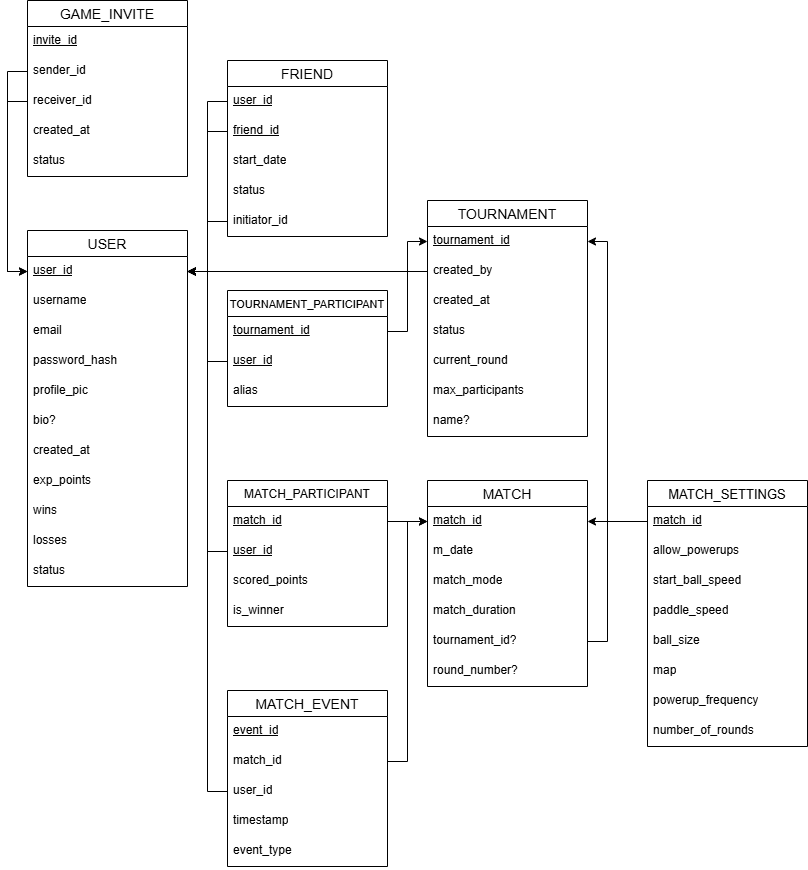
Before: docs/architecture/DB_schema.png, a diagram exported from draw.io (miguelsrmv/42Porto-Transcendence). Source tidied: cells renumbered, new cells last; positions are measured from the earlier drawing's top-left corner, leaving out a move shared by most shapes.
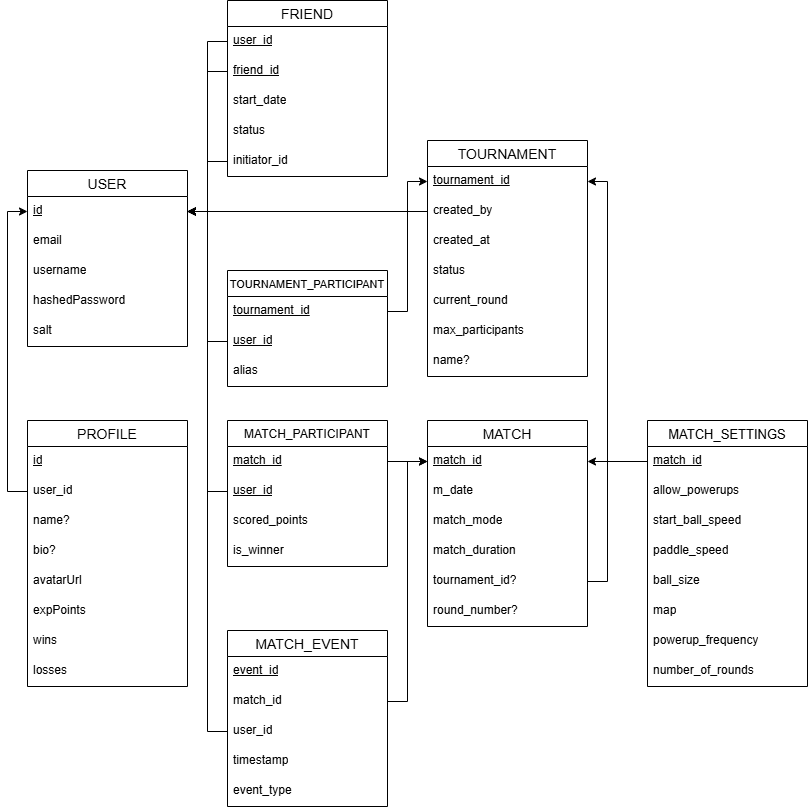
The same diagram one commit later.

Commit message:
Update: create Profile entity

Diff of the diagram source:
```diff
@@ -3,41 +3,23 @@
     <mxCell id="0" />
     <mxCell id="1" parent="0" />
     <mxCell id="2" value="USER" style="swimlane;fontStyle=0;horizontal=1;startSize=26;align=center;fontSize=14;" parent="1" vertex="1">
-      <mxGeometry y="230" width="160" height="356" as="geometry" />
+      <mxGeometry y="230" width="160" height="176" as="geometry" />
     </mxCell>
-    <mxCell id="3" value="&lt;u&gt;user_id&lt;/u&gt;" style="text;strokeColor=none;fillColor=none;spacingLeft=4;spacingRight=4;overflow=hidden;points=[[0,0.5],[1,0.5]];portConstraint=eastwest;fontSize=12;whiteSpace=wrap;html=1;" parent="2" vertex="1">
+    <mxCell id="3" value="&lt;u&gt;id&lt;/u&gt;" style="text;strokeColor=none;fillColor=none;spacingLeft=4;spacingRight=4;overflow=hidden;points=[[0,0.5],[1,0.5]];portConstraint=eastwest;fontSize=12;whiteSpace=wrap;html=1;" parent="2" vertex="1">
       <mxGeometry y="26" width="160" height="30" as="geometry" />
     </mxCell>
+    <mxCell id="5" value="email" style="text;strokeColor=none;fillColor=none;spacingLeft=4;spacingRight=4;overflow=hidden;fontSize=12;whiteSpace=wrap;html=1;" parent="2" vertex="1">
+      <mxGeometry y="56" width="160" height="30" as="geometry" />
+    </mxCell>
     <mxCell id="4" value="username" style="text;strokeColor=none;fillColor=none;spacingLeft=4;spacingRight=4;overflow=hidden;fontSize=12;whiteSpace=wrap;html=1;" parent="2" vertex="1">
-      <mxGeometry y="56" width="160" height="30" as="geometry" />
+      <mxGeometry y="86" width="160" height="30" as="geometry" />
     </mxCell>
-    <mxCell id="5" value="email" style="text;strokeColor=none;fillColor=none;spacingLeft=4;spacingRight=4;overflow=hidden;fontSize=12;whiteSpace=wrap;html=1;" parent="2" vertex="1">
-      <mxGeometry y="86" width="160" height="30" as="geometry" />
-    </mxCell>
-    <mxCell id="6" value="password_hash" style="text;strokeColor=none;fillColor=none;spacingLeft=4;spacingRight=4;overflow=hidden;fontSize=12;whiteSpace=wrap;html=1;" parent="2" vertex="1">
+    <mxCell id="6" value="hashedPassword" style="text;strokeColor=none;fillColor=none;spacingLeft=4;spacingRight=4;overflow=hidden;fontSize=12;whiteSpace=wrap;html=1;" parent="2" vertex="1">
       <mxGeometry y="116" width="160" height="30" as="geometry" />
     </mxCell>
-    <mxCell id="7" value="profile_pic" style="text;strokeColor=none;fillColor=none;spacingLeft=4;spacingRight=4;overflow=hidden;fontSize=12;whiteSpace=wrap;html=1;" parent="2" vertex="1">
-      <mxGeometry y="146" width="160" height="30" as="geometry" />
-    </mxCell>
-    <mxCell id="8" value="bio?" style="text;strokeColor=none;fillColor=none;spacingLeft=4;spacingRight=4;overflow=hidden;fontSize=12;whiteSpace=wrap;html=1;" parent="2" vertex="1">
-      <mxGeometry y="176" width="160" height="30" as="geometry" />
-    </mxCell>
-    <mxCell id="9" value="created_at" style="text;strokeColor=none;fillColor=none;spacingLeft=4;spacingRight=4;overflow=hidden;fontSize=12;whiteSpace=wrap;html=1;" parent="2" vertex="1">
-      <mxGeometry y="206" width="160" height="30" as="geometry" />
+    <mxCell id="9" value="salt" style="text;strokeColor=none;fillColor=none;spacingLeft=4;spacingRight=4;overflow=hidden;fontSize=12;whiteSpace=wrap;html=1;" parent="2" vertex="1">
+      <mxGeometry y="146" width="160" height="30" as="geometry" />
     </mxCell>
-    <mxCell id="10" value="exp_points" style="text;strokeColor=none;fillColor=none;spacingLeft=4;spacingRight=4;overflow=hidden;fontSize=12;whiteSpace=wrap;html=1;" parent="2" vertex="1">
-      <mxGeometry y="236" width="160" height="30" as="geometry" />
-    </mxCell>
-    <mxCell id="11" value="wins" style="text;strokeColor=none;fillColor=none;spacingLeft=4;spacingRight=4;overflow=hidden;fontSize=12;whiteSpace=wrap;html=1;" parent="2" vertex="1">
-      <mxGeometry y="266" width="160" height="30" as="geometry" />
-    </mxCell>
-    <mxCell id="12" value="losses" style="text;strokeColor=none;fillColor=none;spacingLeft=4;spacingRight=4;overflow=hidden;fontSize=12;whiteSpace=wrap;html=1;" parent="2" vertex="1">
-      <mxGeometry y="296" width="160" height="30" as="geometry" />
-    </mxCell>
-    <mxCell id="13" value="status" style="text;strokeColor=none;fillColor=none;spacingLeft=4;spacingRight=4;overflow=hidden;fontSize=12;whiteSpace=wrap;html=1;" parent="2" vertex="1">
-      <mxGeometry y="326" width="160" height="30" as="geometry" />
-    </mxCell>
     <mxCell id="14" value="TOURNAMENT" style="swimlane;fontStyle=0;horizontal=1;startSize=26;align=center;fontSize=14;" parent="1" vertex="1">
       <mxGeometry x="400" y="200" width="160" height="236" as="geometry" />
     </mxCell>
@@ -87,7 +69,7 @@
       <mxGeometry relative="1" as="geometry" />
     </mxCell>
     <mxCell id="30" value="TOURNAMENT_PARTICIPANT" style="swimlane;fontStyle=0;horizontal=1;startSize=26;align=center;fontSize=11;" parent="1" vertex="1">
-      <mxGeometry x="200" y="290" width="160" height="116" as="geometry" />
+      <mxGeometry x="200" y="330" width="160" height="116" as="geometry" />
     </mxCell>
     <mxCell id="31" value="&lt;u&gt;tournament_id&lt;/u&gt;" style="text;strokeColor=none;fillColor=none;spacingLeft=4;spacingRight=4;overflow=hidden;points=[[0,0.5],[1,0.5]];portConstraint=eastwest;fontSize=12;whiteSpace=wrap;html=1;" parent="30" vertex="1">
       <mxGeometry y="26" width="160" height="30" as="geometry" />
@@ -182,9 +164,6 @@
     <mxCell id="61" style="edgeStyle=orthogonalEdgeStyle;rounded=0;jettySize=auto;html=1;exitX=0;exitY=0.5;exitDx=0;exitDy=0;entryX=1;entryY=0.5;entryDx=0;entryDy=0;" parent="1" edge="1" source="56" target="3">
       <mxGeometry relative="1" as="geometry" />
     </mxCell>
-    <mxCell id="62" style="edgeStyle=orthogonalEdgeStyle;rounded=0;jettySize=auto;html=1;exitX=0;exitY=0.5;exitDx=0;exitDy=0;entryX=1;entryY=0.5;entryDx=0;entryDy=0;" parent="1" edge="1" source="16" target="3">
-      <mxGeometry relative="1" as="geometry" />
-    </mxCell>
     <mxCell id="63" value="MATCH_EVENT" style="swimlane;fontStyle=0;horizontal=1;startSize=26;align=center;fontSize=14;" parent="1" vertex="1">
       <mxGeometry x="200" y="690" width="160" height="176" as="geometry" />
     </mxCell>
@@ -209,29 +188,38 @@
     <mxCell id="70" style="edgeStyle=orthogonalEdgeStyle;rounded=0;jettySize=auto;html=1;exitX=0;exitY=0.5;exitDx=0;exitDy=0;entryX=1;entryY=0.5;entryDx=0;entryDy=0;" parent="1" edge="1" source="66" target="3">
       <mxGeometry relative="1" as="geometry" />
     </mxCell>
-    <mxCell id="71" value="GAME_INVITE" style="swimlane;fontStyle=0;horizontal=1;startSize=26;align=center;fontSize=14;" parent="1" vertex="1">
-      <mxGeometry width="160" height="176" as="geometry" />
+    <mxCell id="71" value="PROFILE" style="swimlane;fontStyle=0;horizontal=1;startSize=26;align=center;fontSize=14;" parent="1" vertex="1">
+      <mxGeometry y="480" width="160" height="266" as="geometry" />
     </mxCell>
-    <mxCell id="72" value="&lt;u&gt;invite_id&lt;/u&gt;" style="text;strokeColor=none;fillColor=none;spacingLeft=4;spacingRight=4;overflow=hidden;fontSize=12;whiteSpace=wrap;html=1;" parent="71" vertex="1">
+    <mxCell id="72" value="&lt;u&gt;id&lt;/u&gt;" style="text;strokeColor=none;fillColor=none;spacingLeft=4;spacingRight=4;overflow=hidden;fontSize=12;whiteSpace=wrap;html=1;" parent="71" vertex="1">
       <mxGeometry y="26" width="160" height="30" as="geometry" />
     </mxCell>
-    <mxCell id="73" value="sender_id" style="text;strokeColor=none;fillColor=none;spacingLeft=4;spacingRight=4;overflow=hidden;points=[[0,0.5],[1,0.5]];portConstraint=eastwest;fontSize=12;whiteSpace=wrap;html=1;" parent="71" vertex="1">
-      <mxGeometry y="56" width="160" height="30" as="geometry" />
-    </mxCell>
+    <mxCell id="75" value="user_id" style="text;strokeColor=none;fillColor=none;spacingLeft=4;spacingRight=4;overflow=hidden;points=[[0,0.5],[1,0.5]];portConstraint=eastwest;fontSize=12;whiteSpace=wrap;html=1;" parent="71" vertex="1">
+      <mxGeometry y="56" width="160" height="30" as="geometry" />
+    </mxCell>
-    <mxCell id="74" value="receiver_id" style="text;strokeColor=none;fillColor=none;spacingLeft=4;spacingRight=4;overflow=hidden;points=[[0,0.5],[1,0.5]];portConstraint=eastwest;fontSize=12;whiteSpace=wrap;html=1;" parent="71" vertex="1">
+    <mxCell id="74" value="name?" style="text;strokeColor=none;fillColor=none;spacingLeft=4;spacingRight=4;overflow=hidden;points=[[0,0.5],[1,0.5]];portConstraint=eastwest;fontSize=12;whiteSpace=wrap;html=1;" parent="71" vertex="1">
       <mxGeometry y="86" width="160" height="30" as="geometry" />
     </mxCell>
-    <mxCell id="75" value="created_at" style="text;strokeColor=none;fillColor=none;spacingLeft=4;spacingRight=4;overflow=hidden;points=[[0,0.5],[1,0.5]];portConstraint=eastwest;fontSize=12;whiteSpace=wrap;html=1;" parent="71" vertex="1">
-      <mxGeometry y="116" width="160" height="30" as="geometry" />
-    </mxCell>
-    <mxCell id="76" value="status" style="text;strokeColor=none;fillColor=none;spacingLeft=4;spacingRight=4;overflow=hidden;fontSize=12;whiteSpace=wrap;html=1;" parent="71" vertex="1">
-      <mxGeometry y="146" width="160" height="30" as="geometry" />
-    </mxCell>
-    <mxCell id="77" style="edgeStyle=orthogonalEdgeStyle;rounded=0;jettySize=auto;html=1;exitX=0;exitY=0.5;exitDx=0;exitDy=0;entryX=0;entryY=0.5;entryDx=0;entryDy=0;" parent="1" edge="1" source="74" target="3">
-      <mxGeometry relative="1" as="geometry" />
-    </mxCell>
-    <mxCell id="78" style="edgeStyle=orthogonalEdgeStyle;rounded=0;jettySize=auto;html=1;exitX=0;exitY=0.5;exitDx=0;exitDy=0;entryX=0;entryY=0.5;entryDx=0;entryDy=0;" parent="1" edge="1" source="73" target="3">
-      <mxGeometry relative="1" as="geometry" />
-    </mxCell>
+    <mxCell id="8" value="bio?" style="text;strokeColor=none;fillColor=none;spacingLeft=4;spacingRight=4;overflow=hidden;fontSize=12;whiteSpace=wrap;html=1;" parent="71" vertex="1">
+      <mxGeometry y="116" width="160" height="30" as="geometry" />
+    </mxCell>
+    <mxCell id="7" value="avatarUrl" style="text;strokeColor=none;fillColor=none;spacingLeft=4;spacingRight=4;overflow=hidden;fontSize=12;whiteSpace=wrap;html=1;" parent="71" vertex="1">
+      <mxGeometry y="146" width="160" height="30" as="geometry" />
+    </mxCell>
+    <mxCell id="10" value="expPoints" style="text;strokeColor=none;fillColor=none;spacingLeft=4;spacingRight=4;overflow=hidden;fontSize=12;whiteSpace=wrap;html=1;" parent="71" vertex="1">
+      <mxGeometry y="176" width="160" height="30" as="geometry" />
+    </mxCell>
+    <mxCell id="11" value="wins" style="text;strokeColor=none;fillColor=none;spacingLeft=4;spacingRight=4;overflow=hidden;fontSize=12;whiteSpace=wrap;html=1;" parent="71" vertex="1">
+      <mxGeometry y="206" width="160" height="30" as="geometry" />
+    </mxCell>
+    <mxCell id="12" value="losses" style="text;strokeColor=none;fillColor=none;spacingLeft=4;spacingRight=4;overflow=hidden;fontSize=12;whiteSpace=wrap;html=1;" parent="71" vertex="1">
+      <mxGeometry y="236" width="160" height="30" as="geometry" />
+    </mxCell>
+    <mxCell id="79" style="edgeStyle=orthogonalEdgeStyle;rounded=0;jettySize=auto;html=1;exitX=0;exitY=0.5;exitDx=0;exitDy=0;entryX=0;entryY=0.5;entryDx=0;entryDy=0;" parent="1" edge="1" source="75" target="3">
+      <mxGeometry relative="1" as="geometry" />
+    </mxCell>
+    <mxCell id="62" style="edgeStyle=orthogonalEdgeStyle;rounded=0;jettySize=auto;html=1;exitX=0;exitY=0.5;exitDx=0;exitDy=0;entryX=1;entryY=0.5;entryDx=0;entryDy=0;" parent="1" edge="1" source="16" target="3">
+      <mxGeometry relative="1" as="geometry" />
+    </mxCell>
   </root>
 </mxGraphModel>
```
